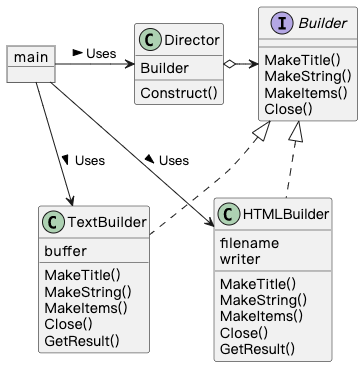
A11Might/golang-design-pattern keeps this PlantUML diagram as 07_builder/builder_class.png. Above is the earlier version. Its source is kept beside it as 07_builder/builder_class.puml.
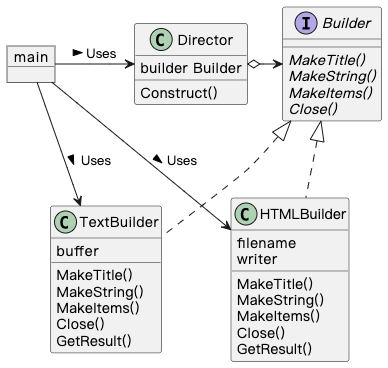
The same diagram one commit later.

Commit message:
prefect builder pattern

Change to the diagram source:
```diff
@@ -2,13 +2,13 @@
 
 object main
 interface Builder {
-    MakeTitle()
-    MakeString()
-    MakeItems()
-    Close()
+    {abstract}MakeTitle()
+    {abstract}MakeString()
+    {abstract}MakeItems()
+    {abstract}Close()
 }
 class Director {
-    Builder
+    builder Builder
     Construct()
 }
 class TextBuilder {
```
